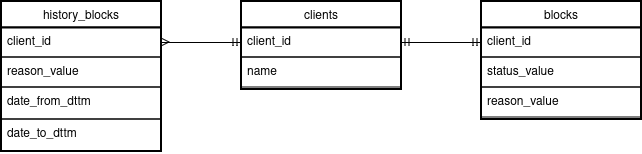
Above: logic_model.png in egormeister02/payment-DB (draw.io), before the change. Source tidied: cells renumbered, new cells last; positions are measured from the earlier drawing's top-left corner, leaving out a move shared by most shapes. The source it was exported from:
```xml
<mxGraphModel>
  <root>
    <mxCell id="0" />
    <mxCell id="1" parent="0" />
    <mxCell id="2" value="clients" style="swimlane;fontStyle=0;align=center;verticalAlign=top;horizontal=1;startSize=26;rounded=0;shadow=0;strokeWidth=2;labelBackgroundColor=none;" parent="1" vertex="1">
      <mxGeometry x="240" width="160" height="88" as="geometry" />
    </mxCell>
    <mxCell id="3" value="client_id" style="text;align=left;verticalAlign=top;spacingLeft=4;spacingRight=4;overflow=hidden;points=[[0,0.5],[1,0.5]];portConstraint=eastwest;labelBackgroundColor=none;strokeColor=default;" parent="2" vertex="1">
      <mxGeometry y="26" width="160" height="30" as="geometry" />
    </mxCell>
    <mxCell id="4" value="name" style="text;align=left;verticalAlign=top;spacingLeft=4;spacingRight=4;overflow=hidden;rounded=0;shadow=0;html=0;labelBackgroundColor=none;strokeColor=default;" parent="2" vertex="1">
      <mxGeometry y="56" width="160" height="30" as="geometry" />
    </mxCell>
    <mxCell id="5" value="history_blocks" style="swimlane;fontStyle=0;align=center;verticalAlign=top;horizontal=1;startSize=26;rounded=0;shadow=0;strokeWidth=2;labelBackgroundColor=none;" parent="1" vertex="1">
      <mxGeometry width="160" height="150" as="geometry" />
    </mxCell>
    <mxCell id="6" value="client_id" style="text;align=left;verticalAlign=top;spacingLeft=4;spacingRight=4;overflow=hidden;points=[[0,0.5],[1,0.5]];portConstraint=eastwest;labelBackgroundColor=none;strokeColor=default;" parent="5" vertex="1">
      <mxGeometry y="26" width="160" height="30" as="geometry" />
    </mxCell>
    <mxCell id="7" value="reason_value" style="text;align=left;verticalAlign=top;spacingLeft=4;spacingRight=4;overflow=hidden;fontStyle=0;labelBackgroundColor=none;strokeColor=default;" parent="5" vertex="1">
      <mxGeometry y="56" width="160" height="30" as="geometry" />
    </mxCell>
    <mxCell id="8" value="date_from_dttm" style="text;align=left;verticalAlign=top;spacingLeft=4;spacingRight=4;overflow=hidden;rounded=0;shadow=0;html=0;labelBackgroundColor=none;strokeColor=default;" parent="5" vertex="1">
      <mxGeometry y="86" width="160" height="32" as="geometry" />
    </mxCell>
    <mxCell id="9" value="date_to_dttm" style="text;align=left;verticalAlign=top;spacingLeft=4;spacingRight=4;overflow=hidden;rounded=0;shadow=0;html=0;labelBackgroundColor=none;strokeColor=default;" parent="5" vertex="1">
      <mxGeometry y="118" width="160" height="32" as="geometry" />
    </mxCell>
    <mxCell id="10" value="blocks" style="swimlane;fontStyle=0;align=center;verticalAlign=top;horizontal=1;startSize=26;rounded=0;shadow=0;strokeWidth=2;labelBackgroundColor=none;" parent="1" vertex="1">
      <mxGeometry x="480" width="160" height="118" as="geometry" />
    </mxCell>
    <mxCell id="11" value="client_id" style="text;align=left;verticalAlign=top;spacingLeft=4;spacingRight=4;overflow=hidden;points=[[0,0.5],[1,0.5]];portConstraint=eastwest;labelBackgroundColor=none;strokeColor=default;" parent="10" vertex="1">
      <mxGeometry y="26" width="160" height="30" as="geometry" />
    </mxCell>
    <mxCell id="12" value="status_value" style="text;align=left;verticalAlign=top;spacingLeft=4;spacingRight=4;overflow=hidden;rounded=0;shadow=0;html=0;labelBackgroundColor=none;fontFamily=Helvetica;fontSize=12;fontColor=default;strokeColor=default;" parent="10" vertex="1">
      <mxGeometry y="56" width="160" height="30" as="geometry" />
    </mxCell>
    <mxCell id="13" value="reason_value" style="text;align=left;verticalAlign=top;spacingLeft=4;spacingRight=4;overflow=hidden;rounded=0;shadow=0;html=0;labelBackgroundColor=none;fontFamily=Helvetica;fontSize=12;fontColor=default;strokeColor=default;" parent="10" vertex="1">
      <mxGeometry y="86" width="160" height="30" as="geometry" />
    </mxCell>
    <mxCell id="14" style="endArrow=ERmandOne;startArrow=ERmany;html=1;rounded=0;entryX=0;entryY=0.5;entryDx=0;entryDy=0;startFill=0;endFill=0;" parent="1" edge="1" source="6" target="3">
      <mxGeometry relative="1" as="geometry" />
    </mxCell>
    <mxCell id="15" style="endArrow=ERmandOne;startArrow=ERmandOne;html=1;rounded=0;exitX=1;exitY=0.5;exitDx=0;exitDy=0;endFill=0;startFill=0;" parent="1" edge="1" source="3" target="11">
      <mxGeometry relative="1" as="geometry" />
    </mxCell>
  </root>
</mxGraphModel>
```
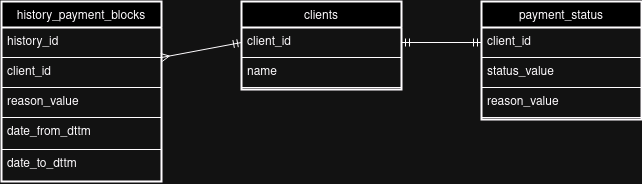
After the commit.

What changed in the source:
```diff
@@ -11,22 +11,25 @@
     <mxCell id="4" value="name" style="text;align=left;verticalAlign=top;spacingLeft=4;spacingRight=4;overflow=hidden;rounded=0;shadow=0;html=0;labelBackgroundColor=none;strokeColor=default;" parent="2" vertex="1">
       <mxGeometry y="56" width="160" height="30" as="geometry" />
     </mxCell>
-    <mxCell id="5" value="history_blocks" style="swimlane;fontStyle=0;align=center;verticalAlign=top;horizontal=1;startSize=26;rounded=0;shadow=0;strokeWidth=2;labelBackgroundColor=none;" parent="1" vertex="1">
-      <mxGeometry width="160" height="150" as="geometry" />
+    <mxCell id="5" value="history_payment_blocks" style="swimlane;fontStyle=0;align=center;verticalAlign=top;horizontal=1;startSize=26;rounded=0;shadow=0;strokeWidth=2;labelBackgroundColor=none;" parent="1" vertex="1">
+      <mxGeometry width="160" height="180" as="geometry" />
     </mxCell>
+    <mxCell id="16" value="history_id" style="text;align=left;verticalAlign=top;spacingLeft=4;spacingRight=4;overflow=hidden;fontStyle=0;labelBackgroundColor=none;strokeColor=default;" parent="5" vertex="1">
+      <mxGeometry y="26" width="160" height="30" as="geometry" />
+    </mxCell>
     <mxCell id="6" value="client_id" style="text;align=left;verticalAlign=top;spacingLeft=4;spacingRight=4;overflow=hidden;points=[[0,0.5],[1,0.5]];portConstraint=eastwest;labelBackgroundColor=none;strokeColor=default;" parent="5" vertex="1">
-      <mxGeometry y="26" width="160" height="30" as="geometry" />
+      <mxGeometry y="56" width="160" height="30" as="geometry" />
     </mxCell>
     <mxCell id="7" value="reason_value" style="text;align=left;verticalAlign=top;spacingLeft=4;spacingRight=4;overflow=hidden;fontStyle=0;labelBackgroundColor=none;strokeColor=default;" parent="5" vertex="1">
-      <mxGeometry y="56" width="160" height="30" as="geometry" />
+      <mxGeometry y="86" width="160" height="30" as="geometry" />
     </mxCell>
     <mxCell id="8" value="date_from_dttm" style="text;align=left;verticalAlign=top;spacingLeft=4;spacingRight=4;overflow=hidden;rounded=0;shadow=0;html=0;labelBackgroundColor=none;strokeColor=default;" parent="5" vertex="1">
-      <mxGeometry y="86" width="160" height="32" as="geometry" />
+      <mxGeometry y="116" width="160" height="32" as="geometry" />
     </mxCell>
     <mxCell id="9" value="date_to_dttm" style="text;align=left;verticalAlign=top;spacingLeft=4;spacingRight=4;overflow=hidden;rounded=0;shadow=0;html=0;labelBackgroundColor=none;strokeColor=default;" parent="5" vertex="1">
-      <mxGeometry y="118" width="160" height="32" as="geometry" />
+      <mxGeometry y="148" width="160" height="32" as="geometry" />
     </mxCell>
-    <mxCell id="10" value="blocks" style="swimlane;fontStyle=0;align=center;verticalAlign=top;horizontal=1;startSize=26;rounded=0;shadow=0;strokeWidth=2;labelBackgroundColor=none;" parent="1" vertex="1">
+    <mxCell id="10" value="payment_status" style="swimlane;fontStyle=0;align=center;verticalAlign=top;horizontal=1;startSize=26;rounded=0;shadow=0;strokeWidth=2;labelBackgroundColor=none;" parent="1" vertex="1">
       <mxGeometry x="480" width="160" height="118" as="geometry" />
     </mxCell>
     <mxCell id="11" value="client_id" style="text;align=left;verticalAlign=top;spacingLeft=4;spacingRight=4;overflow=hidden;points=[[0,0.5],[1,0.5]];portConstraint=eastwest;labelBackgroundColor=none;strokeColor=default;" parent="10" vertex="1">
```
